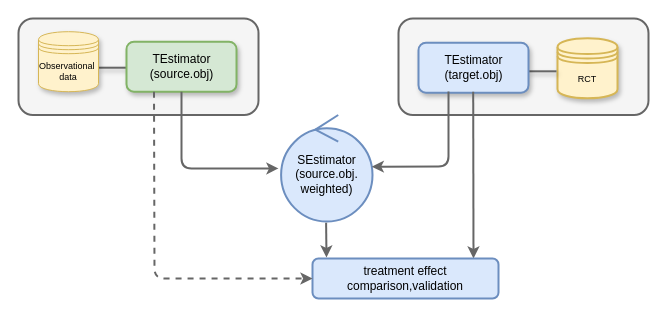
Above: man/figures/software_overview.drawio in duolajiang/RCTrep (draw.io), before the change. Source tidied: cells renumbered, new cells numbered last; positions are measured from the earlier drawing's top-left corner, leaving out a move shared by most shapes. Both pictures are drawn from the tidied source at 100%, with x=0, y=0 at pixel (18, 18).
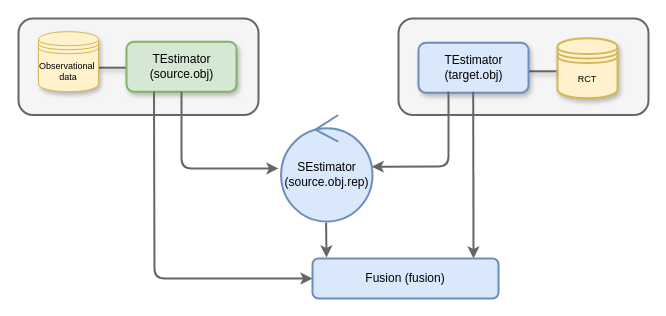
The same page after the edit.

The change refers to these unchanged cells:
```xml
<mxCell id="8" value="TEstimator&lt;br&gt;(source.obj)" style="html=1;shadow=1;rounded=1;fillColor=#d5e8d4;strokeColor=#82b366;strokeWidth=2;" parent="1" vertex="1">
  <mxGeometry x="108" y="23.2" width="110" height="50" as="geometry" />
</mxCell>
```

What changed in the source:
```diff
@@
-    <mxCell id="4" value="SEstimator&lt;br&gt;(source.obj.&lt;br&gt;weighted)" style="ellipse;shape=umlControl;whiteSpace=wrap;html=1;shadow=0;rounded=1;fillColor=#dae8fc;strokeColor=#6c8ebf;strokeWidth=2;" parent="1" vertex="1">
+    <mxCell id="4" value="SEstimator&lt;br&gt;(source.obj.rep)" style="ellipse;shape=umlControl;whiteSpace=wrap;html=1;shadow=0;rounded=1;fillColor=#dae8fc;strokeColor=#6c8ebf;strokeWidth=2;" parent="1" vertex="1">
       <mxGeometry x="262.6" y="96.5" width="91.4" height="106.5" as="geometry" />
     </mxCell>
@@
-    <mxCell id="11" value="treatment effect comparison,validation" style="rounded=1;whiteSpace=wrap;html=1;shadow=0;fillColor=#dae8fc;strokeColor=#6c8ebf;strokeWidth=2;" parent="1" vertex="1">
+    <mxCell id="11" value="Fusion (fusion)" style="rounded=1;whiteSpace=wrap;html=1;shadow=0;fillColor=#dae8fc;strokeColor=#6c8ebf;strokeWidth=2;" parent="1" vertex="1">
       <mxGeometry x="294" y="240" width="186" height="40" as="geometry" />
     </mxCell>
@@
-    <mxCell id="16" style="endArrow=classic;html=1;rounded=1;exitX=0.25;exitY=1;exitDx=0;exitDy=0;entryX=0;entryY=0.5;entryDx=0;entryDy=0;shadow=0;fillColor=#f5f5f5;strokeColor=#666666;strokeWidth=2;dashed=1;" parent="1" edge="1" source="8" target="11">
+    <mxCell id="16" style="endArrow=classic;html=1;rounded=1;exitX=0.25;exitY=1;exitDx=0;exitDy=0;entryX=0;entryY=0.5;entryDx=0;entryDy=0;shadow=0;fillColor=#f5f5f5;strokeColor=#666666;strokeWidth=2;" parent="1" edge="1" source="8" target="11">
       <mxGeometry relative="1" as="geometry">
         <Array as="points">
           <mxPoint x="136" y="260" />
         </Array>
       </mxGeometry>
     </mxCell>
```
